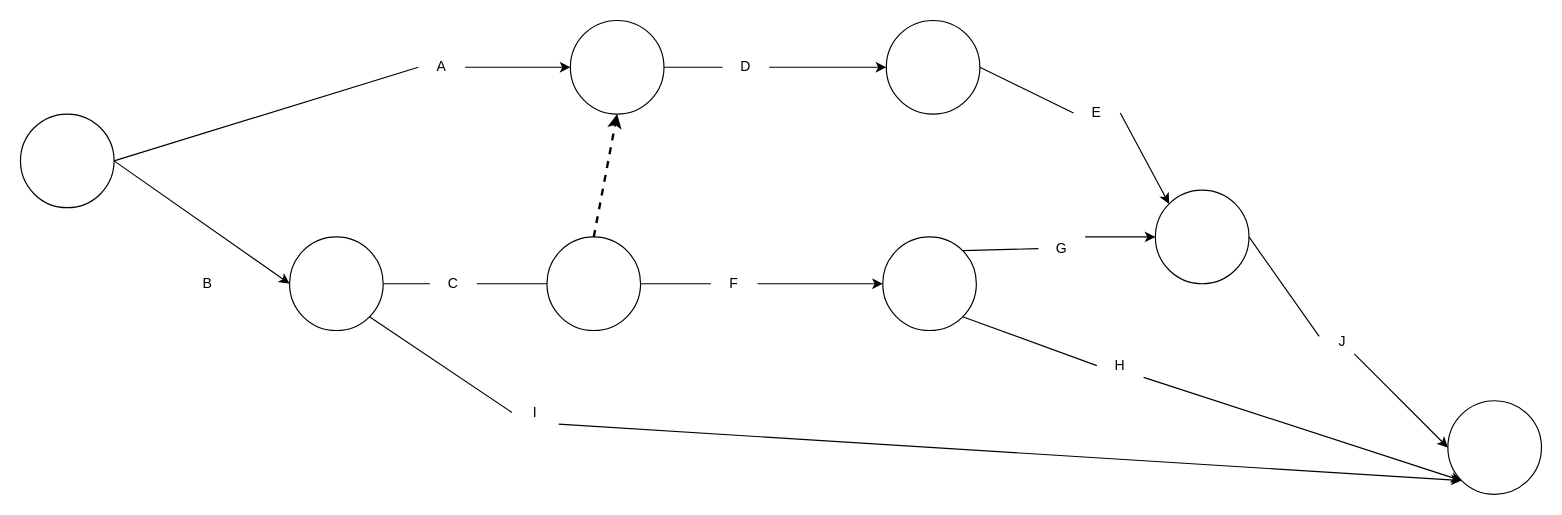
Above: bad-op-zad2.drawio in finalkiwii/databases-umbrellas (draw.io), before the change. Source tidied: cells renumbered, new cells numbered last; positions are measured from the earlier drawing's top-left corner, leaving out a move shared by most shapes. Both pictures are drawn from the tidied source at 117%, with x=0, y=0 at pixel (20, 20).
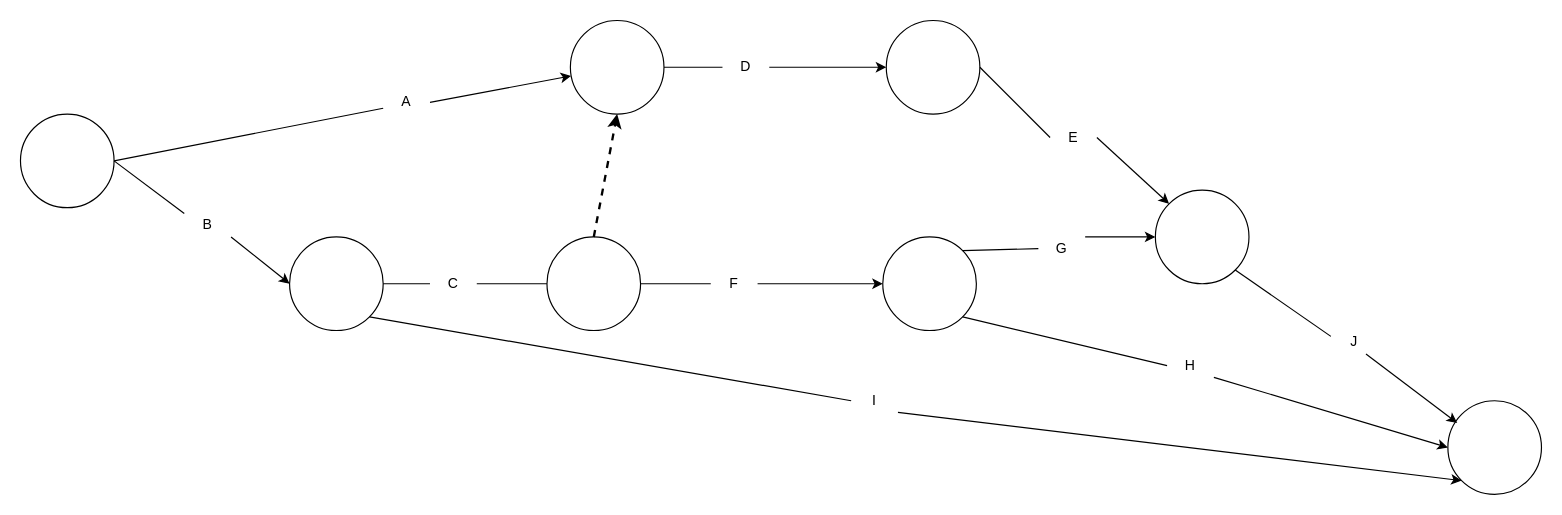
The same diagram, later.

Unchanged cells that the change refers to:
```xml
<mxCell id="2" style="ellipse;whiteSpace=wrap;html=1;" parent="1" vertex="1">
  <mxGeometry y="80" width="80" height="80" as="geometry" />
</mxCell>
<mxCell id="3" style="ellipse;whiteSpace=wrap;html=1;" parent="1" vertex="1">
  <mxGeometry x="230" y="185" width="80" height="80" as="geometry" />
</mxCell>
<mxCell id="24" style="ellipse;whiteSpace=wrap;html=1;" parent="1" vertex="1">
  <mxGeometry x="970" y="145" width="80" height="80" as="geometry" />
</mxCell>
<mxCell id="36" style="ellipse;whiteSpace=wrap;html=1;" parent="1" vertex="1">
  <mxGeometry x="1220" y="325" width="80" height="80" as="geometry" />
</mxCell>
```

Change to the diagram source:
```diff
@@
     <mxCell id="4" value="A" style="text;html=1;strokeColor=none;fillColor=none;align=center;verticalAlign=middle;whiteSpace=wrap;rounded=0;" parent="1" vertex="1">
-      <mxGeometry x="340" y="30" width="40" height="20" as="geometry" />
+      <mxGeometry x="310" y="60" width="40" height="20" as="geometry" />
     </mxCell>
@@
-    <mxCell id="6" value="B" style="text;html=1;strokeColor=none;fillColor=none;align=center;verticalAlign=middle;whiteSpace=wrap;rounded=0;" parent="1" vertex="1">
-      <mxGeometry x="140" y="215" width="40" height="20" as="geometry" />
-    </mxCell>
@@
-    <mxCell id="14" style="endArrow=none;html=1;exitX=1;exitY=0.5;exitDx=0;exitDy=0;entryX=0;entryY=0.5;entryDx=0;entryDy=0;" parent="1" edge="1" source="2" target="4">
+    <mxCell id="14" style="endArrow=none;html=1;exitX=1;exitY=0.5;exitDx=0;exitDy=0;entryX=0;entryY=0.75;entryDx=0;entryDy=0;" parent="1" edge="1" source="2" target="4">
       <mxGeometry relative="1" as="geometry" />
     </mxCell>
@@
-    <mxCell id="20" style="endArrow=classic;html=1;exitX=1;exitY=0.5;exitDx=0;exitDy=0;entryX=0;entryY=0.5;entryDx=0;entryDy=0;" parent="1" edge="1" source="2" target="3">
+    <mxCell id="20" style="endArrow=classic;html=1;exitX=1;exitY=1;exitDx=0;exitDy=0;entryX=0;entryY=0.5;entryDx=0;entryDy=0;" parent="1" edge="1" source="6" target="3">
       <mxGeometry relative="1" as="geometry" />
     </mxCell>
@@
-    <mxCell id="26" style="endArrow=classic;html=1;exitX=1;exitY=1;exitDx=0;exitDy=0;entryX=0;entryY=1;entryDx=0;entryDy=0;" parent="1" edge="1" source="31" target="36">
+    <mxCell id="26" style="endArrow=classic;html=1;exitX=1;exitY=1;exitDx=0;exitDy=0;entryX=0;entryY=0.5;entryDx=0;entryDy=0;" parent="1" edge="1" source="31" target="36">
       <mxGeometry relative="1" as="geometry" />
     </mxCell>
     <mxCell id="27" value="I" style="text;html=1;strokeColor=none;fillColor=none;align=center;verticalAlign=middle;whiteSpace=wrap;rounded=0;" parent="1" vertex="1">
-      <mxGeometry x="420" y="325" width="40" height="20" as="geometry" />
+      <mxGeometry x="710" y="315" width="40" height="20" as="geometry" />
     </mxCell>
@@
     <mxCell id="31" value="H" style="text;html=1;strokeColor=none;fillColor=none;align=center;verticalAlign=middle;whiteSpace=wrap;rounded=0;" parent="1" vertex="1">
-      <mxGeometry x="920" y="285" width="40" height="20" as="geometry" />
+      <mxGeometry x="980" y="285" width="40" height="20" as="geometry" />
     </mxCell>
@@
     <mxCell id="34" value="E" style="text;html=1;strokeColor=none;fillColor=none;align=center;verticalAlign=middle;whiteSpace=wrap;rounded=0;" parent="1" vertex="1">
-      <mxGeometry x="900" y="69" width="40" height="20" as="geometry" />
+      <mxGeometry x="880" y="90" width="40" height="20" as="geometry" />
     </mxCell>
@@
-    <mxCell id="37" style="endArrow=classic;html=1;entryX=0;entryY=0.5;entryDx=0;entryDy=0;exitX=0.75;exitY=1;exitDx=0;exitDy=0;" parent="1" edge="1" source="38" target="36">
+    <mxCell id="37" style="endArrow=classic;html=1;entryX=0.1;entryY=0.238;entryDx=0;entryDy=0;exitX=0.75;exitY=1;exitDx=0;exitDy=0;entryPerimeter=0;" parent="1" edge="1" source="38" target="36">
       <mxGeometry relative="1" as="geometry" />
     </mxCell>
     <mxCell id="38" value="J" style="text;html=1;strokeColor=none;fillColor=none;align=center;verticalAlign=middle;whiteSpace=wrap;rounded=0;" parent="1" vertex="1">
-      <mxGeometry x="1110" y="265" width="40" height="20" as="geometry" />
+      <mxGeometry x="1120" y="265" width="40" height="20" as="geometry" />
     </mxCell>
-    <mxCell id="39" style="endArrow=none;html=1;exitX=1;exitY=0.5;exitDx=0;exitDy=0;entryX=0;entryY=0.25;entryDx=0;entryDy=0;endFill=0;" parent="1" edge="1" source="24" target="38">
+    <mxCell id="39" style="endArrow=none;html=1;exitX=1;exitY=1;exitDx=0;exitDy=0;entryX=0;entryY=0.25;entryDx=0;entryDy=0;endFill=0;" parent="1" edge="1" source="24" target="38">
       <mxGeometry relative="1" as="geometry" />
     </mxCell>
+    <mxCell id="6" value="B" style="text;html=1;strokeColor=none;fillColor=none;align=center;verticalAlign=middle;whiteSpace=wrap;rounded=0;" parent="1" vertex="1">
+      <mxGeometry x="140" y="165" width="40" height="20" as="geometry" />
+    </mxCell>
+    <mxCell id="40" style="endArrow=none;html=1;exitX=1;exitY=0.5;exitDx=0;exitDy=0;entryX=0;entryY=0;entryDx=0;entryDy=0;endFill=0;" parent="1" edge="1" source="2" target="6">
+      <mxGeometry relative="1" as="geometry" />
+    </mxCell>
+    <mxCell id="41" style="edgeStyle=orthogonalEdgeStyle;rounded=0;orthogonalLoop=1;jettySize=auto;html=1;exitX=0.5;exitY=1;exitDx=0;exitDy=0;endArrow=none;endFill=0;" parent="1" edge="1" source="6" target="6">
+      <mxGeometry relative="1" as="geometry" />
+    </mxCell>
```
